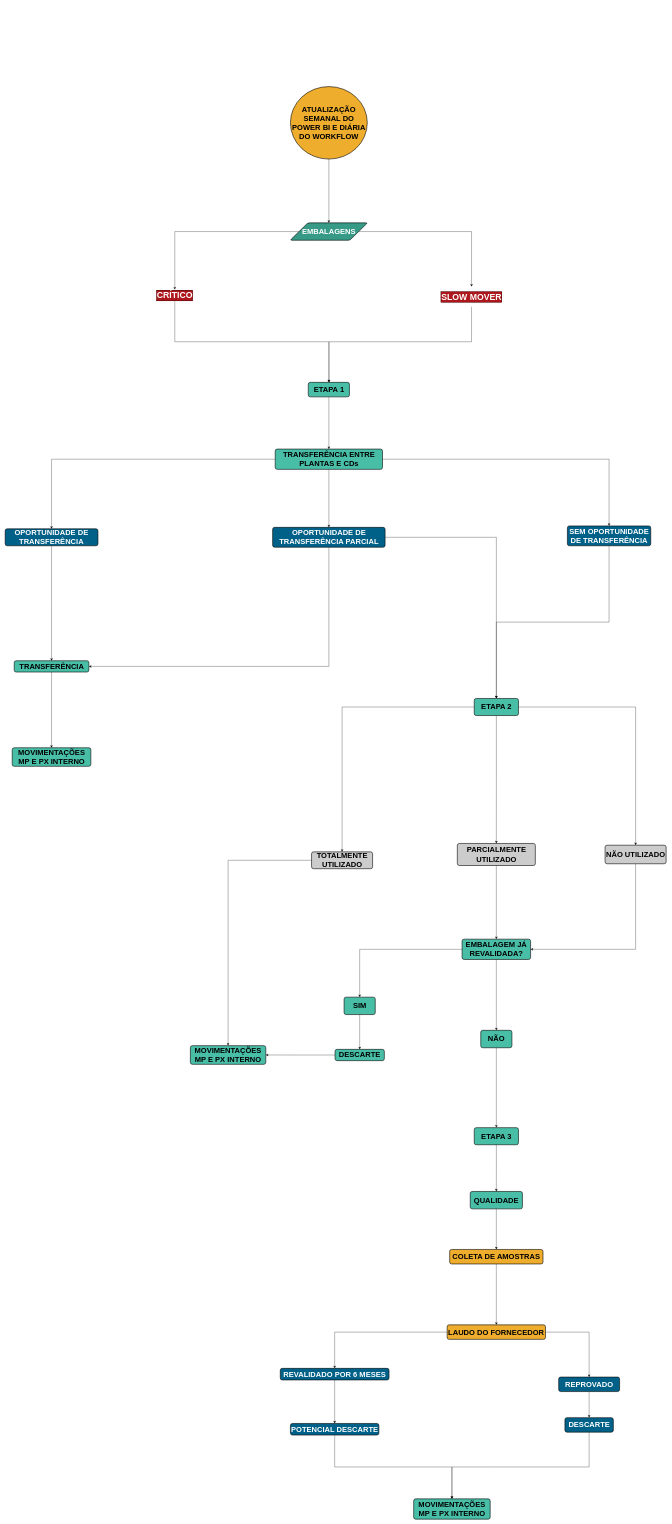
Earlier version of the draw.io diagram page "Embalagens" (4 of 5) of Untitled Diagram.drawio (geovanafsantos/ascoisatudo). Source tidied: cells renumbered, new cells numbered last; positions are measured from the earlier drawing's top-left corner, leaving out a move shared by most shapes. Both pictures are drawn from the tidied source at 29%, with x=0, y=0 at pixel (5, 86).
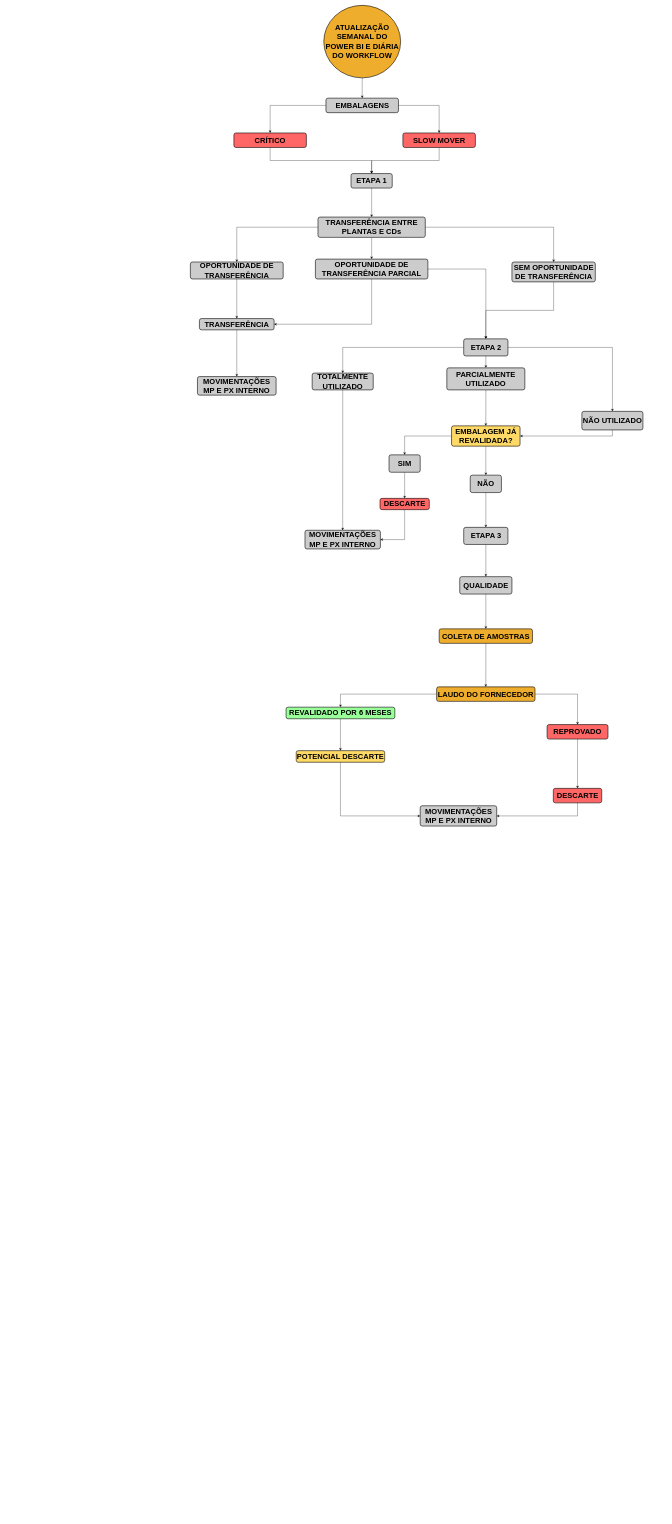
Above is the later version.

Change to the diagram source:
```diff
@@
     <mxCell id="3" value="&lt;span style=&quot;font-size: 26px;&quot;&gt;ATUALIZAÇÃO SEMANAL DO POWER BI E DIÁRIA DO WORKFLOW&lt;/span&gt;" style="strokeWidth=2;html=1;shape=mxgraph.flowchart.start_2;whiteSpace=wrap;fillColor=#EEAD2D;fontSize=26;fontStyle=1;" parent="1" vertex="1">
-      <mxGeometry x="984" width="265" height="250" as="geometry" />
+      <mxGeometry x="1099" y="-280" width="265" height="250" as="geometry" />
     </mxCell>
@@
-    <mxCell id="5" value="CRÍTICO" style="text;html=1;strokeColor=none;fillColor=none;align=center;verticalAlign=middle;whiteSpace=wrap;rounded=0;labelBackgroundColor=#AD171B;fontSize=30;labelBorderColor=#000000;fontStyle=1;fontColor=#FFFFFF;" parent="1" vertex="1">
-      <mxGeometry x="539.2" y="700" width="92" height="40" as="geometry" />
-    </mxCell>
-    <mxCell id="6" style="edgeStyle=orthogonalEdgeStyle;rounded=0;jettySize=auto;html=1;fontSize=30;exitX=0.5;exitY=1;exitDx=0;exitDy=0;" parent="1" edge="1" source="7" target="25">
-      <mxGeometry relative="1" as="geometry">
-        <Array as="points">
-          <mxPoint x="1609" y="880" />
-          <mxPoint x="1117" y="880" />
-        </Array>
-      </mxGeometry>
-    </mxCell>
-    <mxCell id="7" value="SLOW MOVER" style="text;html=1;strokeColor=none;fillColor=none;align=center;verticalAlign=middle;whiteSpace=wrap;rounded=0;labelBackgroundColor=#AD171B;fontSize=30;labelBorderColor=#000000;fontStyle=1;fontColor=#FFFFFF;" parent="1" vertex="1">
-      <mxGeometry x="1499" y="690" width="219" height="69.5" as="geometry" />
-    </mxCell>
@@
-    <mxCell id="9" value="QUALIDADE" style="rounded=1;whiteSpace=wrap;html=1;absoluteArcSize=1;arcSize=14;strokeWidth=2;labelBackgroundColor=none;fontSize=26;fillColor=#48BEA7;fontStyle=1;fontColor=#000000;" parent="1" vertex="1">
-      <mxGeometry x="1604" y="3810" width="180" height="60" as="geometry" />
+    <mxCell id="9" value="QUALIDADE" style="rounded=1;whiteSpace=wrap;html=1;absoluteArcSize=1;arcSize=14;strokeWidth=2;labelBackgroundColor=none;fontSize=26;fillColor=#CCCCCC;fontStyle=1;fontColor=#000000;" parent="1" vertex="1">
+      <mxGeometry x="1567.8" y="1690" width="180" height="60" as="geometry" />
     </mxCell>
-    <mxCell id="10" style="edgeStyle=orthogonalEdgeStyle;rounded=0;jettySize=auto;html=1;entryX=0.5;entryY=0;entryDx=0;entryDy=0;fontSize=16;" parent="1" edge="1" source="12" target="7">
+    <mxCell id="10" style="edgeStyle=orthogonalEdgeStyle;rounded=0;jettySize=auto;html=1;fontSize=16;exitX=1;exitY=0.5;exitDx=0;exitDy=0;" parent="1" edge="1" source="12" target="7">
       <mxGeometry relative="1" as="geometry" />
     </mxCell>
-    <mxCell id="11" style="edgeStyle=orthogonalEdgeStyle;rounded=0;jettySize=auto;html=1;fontSize=16;entryX=0.5;entryY=0;entryDx=0;entryDy=0;" parent="1" edge="1" source="12" target="5">
+    <mxCell id="11" style="edgeStyle=orthogonalEdgeStyle;rounded=0;jettySize=auto;html=1;fontSize=16;entryX=0.5;entryY=0;entryDx=0;entryDy=0;exitX=0;exitY=0.5;exitDx=0;exitDy=0;" parent="1" edge="1" source="12" target="5">
       <mxGeometry relative="1" as="geometry" />
     </mxCell>
-    <mxCell id="12" value="&lt;font style=&quot;font-size: 26px&quot;&gt;EMBALAGENS&lt;/font&gt;" style="shape=parallelogram;html=1;strokeWidth=2;perimeter=parallelogramPerimeter;whiteSpace=wrap;rounded=1;arcSize=12;size=0.23;fillColor=#379A87;fontSize=26;fontStyle=1;fontColor=#FFFFFF;" parent="1" vertex="1">
-      <mxGeometry x="983" y="470" width="267" height="60" as="geometry" />
-    </mxCell>
@@
     <mxCell id="14" value="COLETA DE AMOSTRAS" style="rounded=1;whiteSpace=wrap;html=1;absoluteArcSize=1;arcSize=14;strokeWidth=2;labelBackgroundColor=none;fontSize=26;fillColor=#EEAD2D;fontStyle=1;" parent="1" vertex="1">
-      <mxGeometry x="1533.1" y="4010" width="321.8" height="50" as="geometry" />
+      <mxGeometry x="1496.9" y="1870" width="321.8" height="50" as="geometry" />
     </mxCell>
@@
     <mxCell id="17" value="LAUDO DO FORNECEDOR" style="rounded=1;whiteSpace=wrap;html=1;absoluteArcSize=1;arcSize=14;strokeWidth=2;labelBackgroundColor=none;fontSize=26;fillColor=#EEAD2D;fontStyle=1;" parent="1" vertex="1">
-      <mxGeometry x="1524.4" y="4270" width="339.2" height="50" as="geometry" />
+      <mxGeometry x="1488.1" y="2070" width="339.2" height="50" as="geometry" />
     </mxCell>
@@
-    <mxCell id="19" value="&lt;font style=&quot;font-size: 26px;&quot;&gt;REVALIDADO POR 6 MESES&lt;/font&gt;" style="rounded=1;whiteSpace=wrap;html=1;absoluteArcSize=1;arcSize=14;strokeWidth=2;labelBackgroundColor=none;fontSize=26;align=center;fillColor=#006188;fontStyle=1;fontColor=#FFFFFF;" parent="1" vertex="1">
-      <mxGeometry x="949" y="4420" width="375" height="40" as="geometry" />
+    <mxCell id="19" value="&lt;font style=&quot;font-size: 26px;&quot;&gt;REVALIDADO POR 6 MESES&lt;/font&gt;" style="rounded=1;whiteSpace=wrap;html=1;absoluteArcSize=1;arcSize=14;strokeWidth=2;labelBackgroundColor=none;fontSize=26;align=center;fillColor=#99FF99;fontStyle=1;fontColor=#000000;" parent="1" vertex="1">
+      <mxGeometry x="969" y="2140" width="375" height="40" as="geometry" />
     </mxCell>
@@
-    <mxCell id="23" value="TRANSFERÊNCIA ENTRE PLANTAS E CDs" style="rounded=1;whiteSpace=wrap;html=1;absoluteArcSize=1;arcSize=14;strokeWidth=2;labelBackgroundColor=none;fontSize=26;fillColor=#48BEA7;strokeColor=#000000;fontStyle=1;" parent="1" vertex="1">
-      <mxGeometry x="931.5" y="1250" width="370" height="70" as="geometry" />
+    <mxCell id="23" value="TRANSFERÊNCIA ENTRE PLANTAS E CDs" style="rounded=1;whiteSpace=wrap;html=1;absoluteArcSize=1;arcSize=14;strokeWidth=2;labelBackgroundColor=none;fontSize=26;fillColor=#CCCCCC;strokeColor=#000000;fontStyle=1;" parent="1" vertex="1">
+      <mxGeometry x="1079" y="450" width="370" height="70" as="geometry" />
     </mxCell>
@@
-    <mxCell id="25" value="ETAPA 1" style="rounded=1;whiteSpace=wrap;html=1;absoluteArcSize=1;arcSize=14;strokeWidth=2;labelBackgroundColor=none;fontSize=26;fillColor=#48BEA7;strokeColor=#000000;fontStyle=1;" parent="1" vertex="1">
-      <mxGeometry x="1045.5" y="1020" width="142" height="50" as="geometry" />
+    <mxCell id="25" value="ETAPA 1" style="rounded=1;whiteSpace=wrap;html=1;absoluteArcSize=1;arcSize=14;strokeWidth=2;labelBackgroundColor=none;fontSize=26;fillColor=#CCCCCC;strokeColor=#000000;fontStyle=1;" parent="1" vertex="1">
+      <mxGeometry x="1193" y="300" width="142" height="50" as="geometry" />
     </mxCell>
@@
-    <mxCell id="27" value="SEM OPORTUNIDADE DE TRANSFERÊNCIA" style="rounded=1;whiteSpace=wrap;html=1;absoluteArcSize=1;arcSize=14;strokeWidth=2;labelBackgroundColor=none;fontSize=26;fillColor=#006188;strokeColor=#000000;fontStyle=1;fontColor=#FFFFFF;" parent="1" vertex="1">
-      <mxGeometry x="1939" y="1515" width="287.5" height="68.5" as="geometry" />
+    <mxCell id="27" value="SEM OPORTUNIDADE DE TRANSFERÊNCIA" style="rounded=1;whiteSpace=wrap;html=1;absoluteArcSize=1;arcSize=14;strokeWidth=2;labelBackgroundColor=none;fontSize=26;fillColor=#CCCCCC;strokeColor=#000000;fontStyle=1;fontColor=#000000;" parent="1" vertex="1">
+      <mxGeometry x="1747.8" y="605" width="287.5" height="68.5" as="geometry" />
     </mxCell>
@@
-    <mxCell id="30" value="OPORTUNIDADE DE TRANSFERÊNCIA PARCIAL" style="rounded=1;whiteSpace=wrap;html=1;absoluteArcSize=1;arcSize=14;strokeWidth=2;labelBackgroundColor=none;fontSize=26;fillColor=#006188;strokeColor=#000000;fontStyle=1;fontColor=#FFFFFF;" parent="1" vertex="1">
-      <mxGeometry x="922.6" y="1520" width="387.8" height="68.5" as="geometry" />
+    <mxCell id="30" value="OPORTUNIDADE DE TRANSFERÊNCIA PARCIAL" style="rounded=1;whiteSpace=wrap;html=1;absoluteArcSize=1;arcSize=14;strokeWidth=2;labelBackgroundColor=none;fontSize=26;fillColor=#CCCCCC;strokeColor=#000000;fontStyle=1;fontColor=#000000;" parent="1" vertex="1">
+      <mxGeometry x="1070.1" y="595" width="387.8" height="68.5" as="geometry" />
     </mxCell>
@@
-    <mxCell id="32" value="TRANSFERÊNCIA" style="rounded=1;whiteSpace=wrap;html=1;absoluteArcSize=1;arcSize=14;strokeWidth=2;labelBackgroundColor=none;fontSize=26;fillColor=#48BEA7;strokeColor=#000000;fontStyle=1;" parent="1" vertex="1">
-      <mxGeometry x="31.5" y="1980" width="257.5" height="38.9" as="geometry" />
+    <mxCell id="32" value="TRANSFERÊNCIA" style="rounded=1;whiteSpace=wrap;html=1;absoluteArcSize=1;arcSize=14;strokeWidth=2;labelBackgroundColor=none;fontSize=26;fillColor=#CCCCCC;strokeColor=#000000;fontStyle=1;" parent="1" vertex="1">
+      <mxGeometry x="670.2" y="800" width="257.5" height="38.9" as="geometry" />
     </mxCell>
-    <mxCell id="33" value="MOVIMENTAÇÕES MP E PX INTERNO" style="rounded=1;whiteSpace=wrap;html=1;absoluteArcSize=1;arcSize=14;strokeWidth=2;labelBackgroundColor=none;fontSize=26;fillColor=#48BEA7;strokeColor=#000000;fontStyle=1;" parent="1" vertex="1">
-      <mxGeometry x="24.6" y="2280" width="271.2" height="64" as="geometry" />
+    <mxCell id="33" value="MOVIMENTAÇÕES MP E PX INTERNO" style="rounded=1;whiteSpace=wrap;html=1;absoluteArcSize=1;arcSize=14;strokeWidth=2;labelBackgroundColor=none;fontSize=26;fillColor=#CCCCCC;strokeColor=#000000;fontStyle=1;" parent="1" vertex="1">
+      <mxGeometry x="663.4" y="1000" width="271.2" height="64" as="geometry" />
     </mxCell>
@@
-    <mxCell id="35" value="OPORTUNIDADE DE TRANSFERÊNCIA" style="rounded=1;whiteSpace=wrap;html=1;absoluteArcSize=1;arcSize=14;strokeWidth=2;labelBackgroundColor=none;fontSize=26;fillColor=#006188;strokeColor=#000000;fontStyle=1;fontColor=#FFFFFF;" parent="1" vertex="1">
-      <mxGeometry x="0.3" y="1525" width="320" height="58.5" as="geometry" />
+    <mxCell id="35" value="OPORTUNIDADE DE TRANSFERÊNCIA" style="rounded=1;whiteSpace=wrap;html=1;absoluteArcSize=1;arcSize=14;strokeWidth=2;labelBackgroundColor=none;fontSize=26;fillColor=#CCCCCC;strokeColor=#000000;fontStyle=1;fontColor=#000000;" parent="1" vertex="1">
+      <mxGeometry x="639" y="605" width="320" height="58.5" as="geometry" />
     </mxCell>
@@
-    <mxCell id="39" value="ETAPA 2" style="rounded=1;whiteSpace=wrap;html=1;absoluteArcSize=1;arcSize=14;strokeWidth=2;labelBackgroundColor=none;fontSize=26;fillColor=#48BEA7;strokeColor=#000000;fontStyle=1;" parent="1" vertex="1">
-      <mxGeometry x="1617.8" y="2110" width="152.5" height="58.9" as="geometry" />
+    <mxCell id="39" value="ETAPA 2" style="rounded=1;whiteSpace=wrap;html=1;absoluteArcSize=1;arcSize=14;strokeWidth=2;labelBackgroundColor=none;fontSize=26;fillColor=#CCCCCC;strokeColor=#000000;fontStyle=1;" parent="1" vertex="1">
+      <mxGeometry x="1581.5" y="870" width="152.5" height="58.9" as="geometry" />
     </mxCell>
@@
     <mxCell id="41" value="&lt;font style=&quot;font-size: 26px;&quot;&gt;TOTALMENTE UTILIZADO&lt;/font&gt;" style="rounded=1;whiteSpace=wrap;html=1;absoluteArcSize=1;arcSize=14;strokeWidth=2;labelBackgroundColor=none;fontSize=26;fillColor=#CCCCCC;fontStyle=1;" parent="1" vertex="1">
-      <mxGeometry x="1056.8" y="2639" width="210.5" height="58" as="geometry" />
+      <mxGeometry x="1059" y="988" width="210.5" height="58" as="geometry" />
     </mxCell>
@@
     <mxCell id="43" value="&lt;font style=&quot;font-size: 26px;&quot;&gt;PARCIALMENTE UTILIZADO&lt;/font&gt;" style="rounded=1;whiteSpace=wrap;html=1;absoluteArcSize=1;arcSize=14;strokeWidth=2;labelBackgroundColor=none;fontSize=26;fillColor=#CCCCCC;fontStyle=1;" parent="1" vertex="1">
-      <mxGeometry x="1559.5" y="2610" width="269" height="76" as="geometry" />
+      <mxGeometry x="1523.3" y="970" width="269" height="76" as="geometry" />
     </mxCell>
@@
     <mxCell id="45" value="&lt;font style=&quot;font-size: 26px;&quot;&gt;NÃO UTILIZADO&lt;/font&gt;" style="rounded=1;whiteSpace=wrap;html=1;absoluteArcSize=1;arcSize=14;strokeWidth=2;labelBackgroundColor=none;fontSize=26;fillColor=#CCCCCC;fontStyle=1;" parent="1" vertex="1">
-      <mxGeometry x="2069" y="2616" width="210.5" height="64" as="geometry" />
+      <mxGeometry x="1989" y="1120" width="210.5" height="64" as="geometry" />
     </mxCell>
-    <mxCell id="46" value="MOVIMENTAÇÕES MP E PX INTERNO" style="rounded=1;whiteSpace=wrap;html=1;absoluteArcSize=1;arcSize=14;strokeWidth=2;labelBackgroundColor=none;fontSize=26;fillColor=#48BEA7;strokeColor=#000000;fontStyle=1;" parent="1" vertex="1">
-      <mxGeometry x="639" y="3307.2" width="260" height="64.4" as="geometry" />
+    <mxCell id="46" value="MOVIMENTAÇÕES MP E PX INTERNO" style="rounded=1;whiteSpace=wrap;html=1;absoluteArcSize=1;arcSize=14;strokeWidth=2;labelBackgroundColor=none;fontSize=26;fillColor=#CCCCCC;strokeColor=#000000;fontStyle=1;" parent="1" vertex="1">
+      <mxGeometry x="1034.2" y="1530" width="260" height="64.4" as="geometry" />
     </mxCell>
@@
-    <mxCell id="49" value="EMBALAGEM JÁ REVALIDADA?" style="rounded=1;whiteSpace=wrap;html=1;absoluteArcSize=1;arcSize=14;strokeWidth=2;labelBackgroundColor=none;fontSize=26;fillColor=#48BEA7;strokeColor=#000000;fontStyle=1;" parent="1" vertex="1">
-      <mxGeometry x="1575.9" y="2940" width="236.2" height="70" as="geometry" />
+    <mxCell id="49" value="EMBALAGEM JÁ REVALIDADA?" style="rounded=1;whiteSpace=wrap;html=1;absoluteArcSize=1;arcSize=14;strokeWidth=2;labelBackgroundColor=none;fontSize=26;fillColor=#FFD966;strokeColor=#000000;fontStyle=1;" parent="1" vertex="1">
+      <mxGeometry x="1539.6" y="1170" width="236.2" height="70" as="geometry" />
     </mxCell>
@@
-    <mxCell id="51" value="SIM" style="rounded=1;whiteSpace=wrap;html=1;absoluteArcSize=1;arcSize=14;strokeWidth=2;labelBackgroundColor=none;fontSize=26;fillColor=#48BEA7;strokeColor=#000000;fontStyle=1;" parent="1" vertex="1">
-      <mxGeometry x="1169" y="3140" width="107.5" height="60" as="geometry" />
+    <mxCell id="51" value="SIM" style="rounded=1;whiteSpace=wrap;html=1;absoluteArcSize=1;arcSize=14;strokeWidth=2;labelBackgroundColor=none;fontSize=26;fillColor=#CCCCCC;strokeColor=#000000;fontStyle=1;" parent="1" vertex="1">
+      <mxGeometry x="1324" y="1270" width="107.5" height="60" as="geometry" />
     </mxCell>
@@
-    <mxCell id="53" value="NÃO" style="rounded=1;whiteSpace=wrap;html=1;absoluteArcSize=1;arcSize=14;strokeWidth=2;labelBackgroundColor=none;fontSize=26;fillColor=#48BEA7;strokeColor=#000000;fontStyle=1;" parent="1" vertex="1">
-      <mxGeometry x="1640.3" y="3254.4" width="107.5" height="60" as="geometry" />
+    <mxCell id="53" value="NÃO" style="rounded=1;whiteSpace=wrap;html=1;absoluteArcSize=1;arcSize=14;strokeWidth=2;labelBackgroundColor=none;fontSize=26;fillColor=#CCCCCC;strokeColor=#000000;fontStyle=1;" parent="1" vertex="1">
+      <mxGeometry x="1604" y="1340" width="107.5" height="60" as="geometry" />
     </mxCell>
@@
-    <mxCell id="55" value="DESCARTE" style="rounded=1;whiteSpace=wrap;html=1;absoluteArcSize=1;arcSize=14;strokeWidth=2;labelBackgroundColor=none;fontSize=26;fillColor=#48BEA7;strokeColor=#000000;fontStyle=1;" parent="1" vertex="1">
-      <mxGeometry x="1137.8" y="3320" width="170" height="38.9" as="geometry" />
+    <mxCell id="55" value="DESCARTE" style="rounded=1;whiteSpace=wrap;html=1;absoluteArcSize=1;arcSize=14;strokeWidth=2;labelBackgroundColor=none;fontSize=26;fillColor=#FF6666;strokeColor=#000000;fontStyle=1;" parent="1" vertex="1">
+      <mxGeometry x="1292.8" y="1420" width="170" height="38.9" as="geometry" />
     </mxCell>
@@
-    <mxCell id="57" value="ETAPA 3" style="rounded=1;whiteSpace=wrap;html=1;absoluteArcSize=1;arcSize=14;strokeWidth=2;labelBackgroundColor=none;fontSize=26;fillColor=#48BEA7;strokeColor=#000000;fontStyle=1;" parent="1" vertex="1">
-      <mxGeometry x="1617.8" y="3590" width="152.5" height="58.9" as="geometry" />
+    <mxCell id="57" value="ETAPA 3" style="rounded=1;whiteSpace=wrap;html=1;absoluteArcSize=1;arcSize=14;strokeWidth=2;labelBackgroundColor=none;fontSize=26;fillColor=#CCCCCC;strokeColor=#000000;fontStyle=1;" parent="1" vertex="1">
+      <mxGeometry x="1581.5" y="1520" width="152.5" height="58.9" as="geometry" />
     </mxCell>
@@
-    <mxCell id="59" value="&lt;font style=&quot;font-size: 26px;&quot;&gt;REPROVADO&lt;/font&gt;" style="rounded=1;whiteSpace=wrap;html=1;absoluteArcSize=1;arcSize=14;strokeWidth=2;labelBackgroundColor=none;fontSize=26;align=center;fillColor=#006188;fontStyle=1;fontColor=#FFFFFF;" parent="1" vertex="1">
-      <mxGeometry x="1909" y="4450" width="210" height="50" as="geometry" />
+    <mxCell id="59" value="&lt;font style=&quot;font-size: 26px;&quot;&gt;REPROVADO&lt;/font&gt;" style="rounded=1;whiteSpace=wrap;html=1;absoluteArcSize=1;arcSize=14;strokeWidth=2;labelBackgroundColor=none;fontSize=26;align=center;fillColor=#FF6666;fontStyle=1;fontColor=#000000;" parent="1" vertex="1">
+      <mxGeometry x="1869" y="2200" width="210" height="50" as="geometry" />
     </mxCell>
-    <mxCell id="60" style="edgeStyle=orthogonalEdgeStyle;rounded=0;jettySize=auto;html=1;fontSize=30;exitX=0.5;exitY=1;exitDx=0;exitDy=0;" parent="1" edge="1" source="61" target="64">
+    <mxCell id="60" style="edgeStyle=orthogonalEdgeStyle;rounded=0;jettySize=auto;html=1;fontSize=30;exitX=0.5;exitY=1;exitDx=0;exitDy=0;entryX=0;entryY=0.5;entryDx=0;entryDy=0;" parent="1" edge="1" source="61" target="64">
       <mxGeometry relative="1" as="geometry" />
     </mxCell>
-    <mxCell id="61" value="&lt;font style=&quot;font-size: 26px;&quot;&gt;POTENCIAL DESCARTE&lt;/font&gt;" style="rounded=1;whiteSpace=wrap;html=1;absoluteArcSize=1;arcSize=14;strokeWidth=2;labelBackgroundColor=none;fontSize=26;align=center;fillColor=#006188;fontStyle=1;fontColor=#FFFFFF;" parent="1" vertex="1">
-      <mxGeometry x="984" y="4610" width="305" height="40" as="geometry" />
+    <mxCell id="61" value="&lt;font style=&quot;font-size: 26px;&quot;&gt;POTENCIAL DESCARTE&lt;/font&gt;" style="rounded=1;whiteSpace=wrap;html=1;absoluteArcSize=1;arcSize=14;strokeWidth=2;labelBackgroundColor=none;fontSize=26;align=center;fillColor=#FFD966;fontStyle=1;fontColor=#000000;" parent="1" vertex="1">
+      <mxGeometry x="1004" y="2290" width="305" height="40" as="geometry" />
     </mxCell>
-    <mxCell id="62" style="edgeStyle=orthogonalEdgeStyle;rounded=0;jettySize=auto;html=1;entryX=0.5;entryY=0;entryDx=0;entryDy=0;fontSize=30;exitX=0.5;exitY=1;exitDx=0;exitDy=0;" parent="1" edge="1" source="63" target="64">
-      <mxGeometry relative="1" as="geometry">
-        <Array as="points">
-          <mxPoint x="1673" y="4760" />
-          <mxPoint x="1385" y="4760" />
-        </Array>
-      </mxGeometry>
+    <mxCell id="62" style="edgeStyle=orthogonalEdgeStyle;rounded=0;jettySize=auto;html=1;entryX=1;entryY=0.5;entryDx=0;entryDy=0;exitX=0.5;exitY=1;exitDx=0;exitDy=0;" parent="1" edge="1" source="63" target="64">
+      <mxGeometry relative="1" as="geometry" />
     </mxCell>
-    <mxCell id="63" value="&lt;font style=&quot;font-size: 26px;&quot;&gt;DESCARTE&lt;/font&gt;" style="rounded=1;whiteSpace=wrap;html=1;absoluteArcSize=1;arcSize=14;strokeWidth=2;labelBackgroundColor=none;fontSize=26;align=center;fillColor=#006188;fontStyle=1;fontColor=#FFFFFF;" parent="1" vertex="1">
-      <mxGeometry x="1930.5" y="4590" width="167" height="50" as="geometry" />
+    <mxCell id="63" value="&lt;font style=&quot;font-size: 26px;&quot;&gt;DESCARTE&lt;/font&gt;" style="rounded=1;whiteSpace=wrap;html=1;absoluteArcSize=1;arcSize=14;strokeWidth=2;labelBackgroundColor=none;fontSize=26;align=center;fillColor=#FF6666;fontStyle=1;fontColor=#000000;" parent="1" vertex="1">
+      <mxGeometry x="1890.5" y="2420" width="167" height="50" as="geometry" />
     </mxCell>
-    <mxCell id="64" value="MOVIMENTAÇÕES MP E PX INTERNO" style="rounded=1;whiteSpace=wrap;html=1;absoluteArcSize=1;arcSize=14;strokeWidth=2;labelBackgroundColor=none;fontSize=26;fillColor=#48BEA7;strokeColor=#000000;fontStyle=1;" parent="1" vertex="1">
-      <mxGeometry x="1409" y="4870" width="263.8" height="70" as="geometry" />
+    <mxCell id="64" value="MOVIMENTAÇÕES MP E PX INTERNO" style="rounded=1;whiteSpace=wrap;html=1;absoluteArcSize=1;arcSize=14;strokeWidth=2;labelBackgroundColor=none;fontSize=26;fillColor=#CCCCCC;strokeColor=#000000;fontStyle=1;" parent="1" vertex="1">
+      <mxGeometry x="1431.5" y="2480" width="263.8" height="70" as="geometry" />
     </mxCell>
+    <mxCell id="12" value="EMBALAGENS" style="rounded=1;whiteSpace=wrap;html=1;absoluteArcSize=1;arcSize=14;strokeWidth=2;labelBackgroundColor=none;fontSize=26;fillColor=#CCCCCC;strokeColor=#000000;fontStyle=1;" parent="1" vertex="1">
+      <mxGeometry x="1106.5" y="40" width="250" height="50" as="geometry" />
+    </mxCell>
+    <mxCell id="6" style="edgeStyle=orthogonalEdgeStyle;rounded=0;jettySize=auto;html=1;entryX=0.5;entryY=0;entryDx=0;entryDy=0;fontSize=26;fontColor=#000000;exitX=0.5;exitY=1;exitDx=0;exitDy=0;" parent="1" edge="1" source="7" target="25">
+      <mxGeometry relative="1" as="geometry" />
+    </mxCell>
+    <mxCell id="7" value="SLOW MOVER" style="rounded=1;whiteSpace=wrap;html=1;absoluteArcSize=1;arcSize=14;strokeWidth=2;labelBackgroundColor=none;fontSize=26;fillColor=#FF6666;strokeColor=#000000;fontStyle=1;" parent="1" vertex="1">
+      <mxGeometry x="1371.8" y="160" width="250" height="50" as="geometry" />
+    </mxCell>
+    <mxCell id="5" value="CRÍTICO" style="rounded=1;whiteSpace=wrap;html=1;absoluteArcSize=1;arcSize=14;strokeWidth=2;labelBackgroundColor=none;fontSize=26;fillColor=#FF6666;strokeColor=#000000;fontStyle=1;" parent="1" vertex="1">
+      <mxGeometry x="789" y="160" width="250" height="50" as="geometry" />
+    </mxCell>
```
